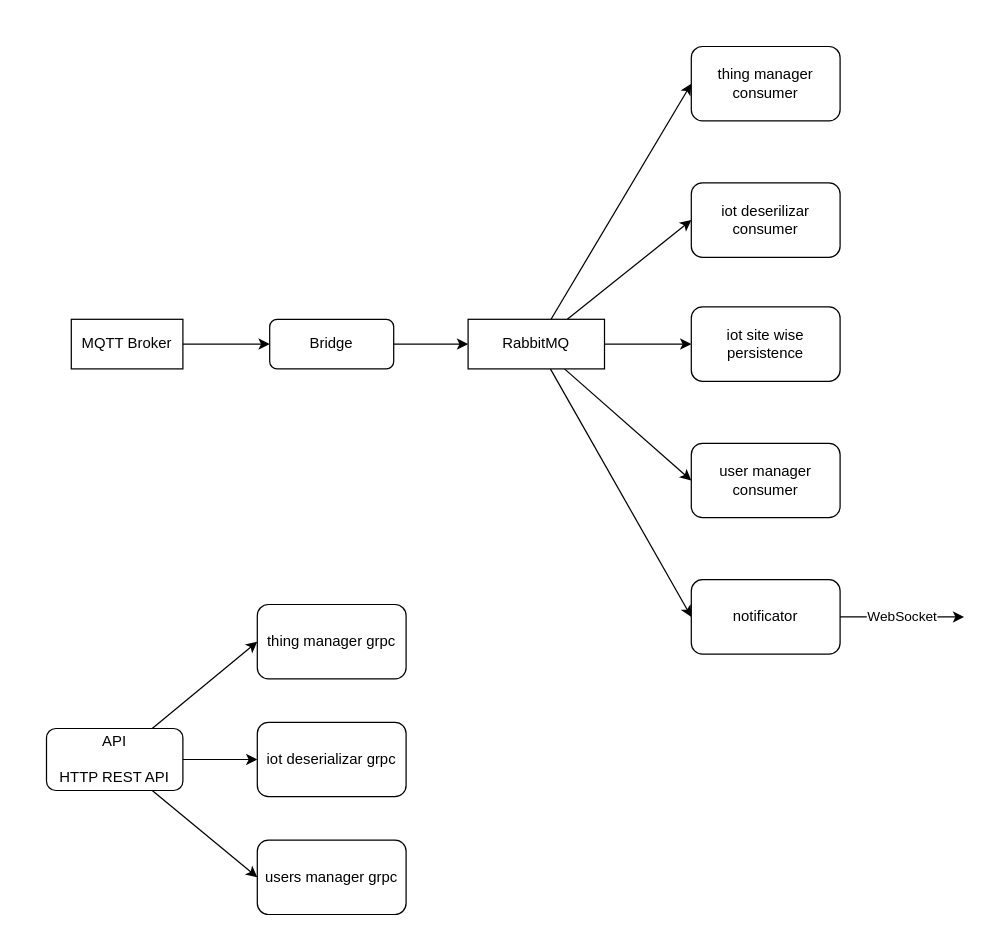
tointernet/things.over.internet keeps this draw.io diagram as .docs/toi.drawio. Above is the earlier version. Source tidied: cells renumbered, new cells numbered last; positions are measured from the earlier drawing's top-left corner, leaving out a move shared by most shapes. Both pictures are drawn from the tidied source at 124%, with x=0, y=0 at pixel (46, 46).
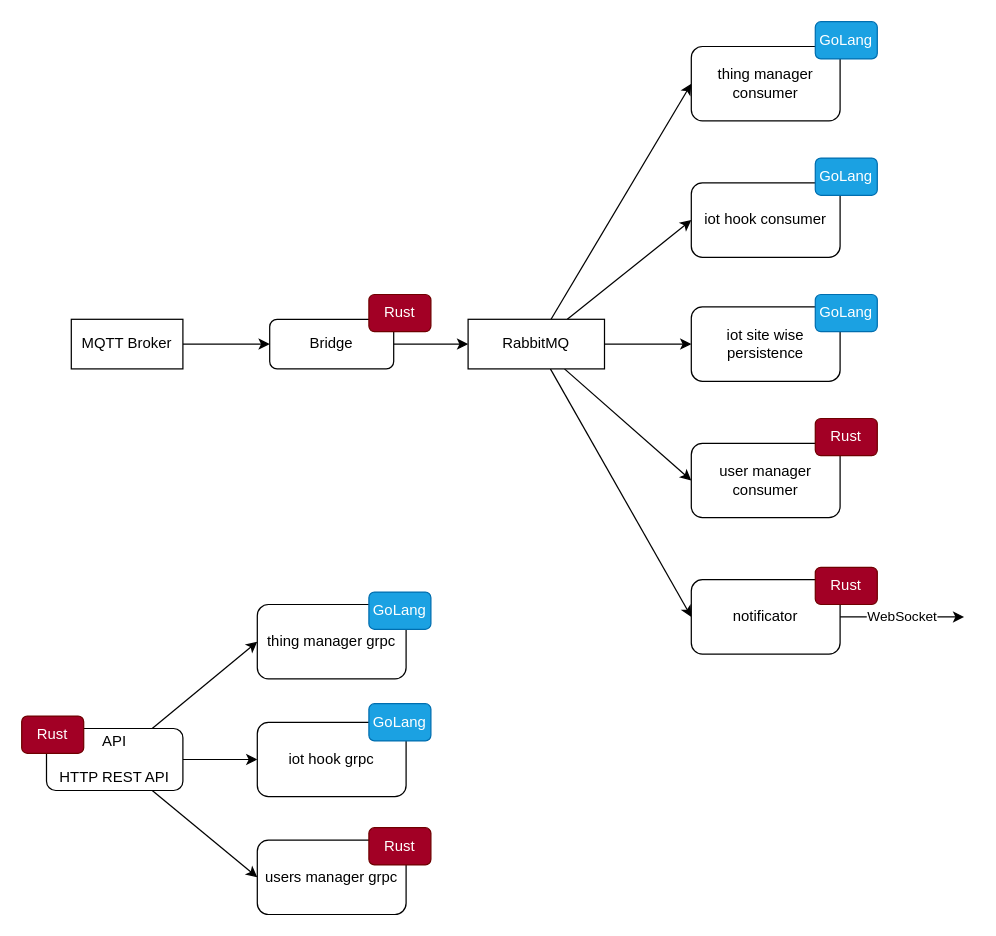
The same diagram, later.

Change to the diagram source:
```diff
@@
-    <mxCell id="17" value="iot deserializar grpc" style="rounded=1;whiteSpace=wrap;html=1;" parent="1" vertex="1">
+    <mxCell id="17" value="iot hook grpc" style="rounded=1;whiteSpace=wrap;html=1;" parent="1" vertex="1">
       <mxGeometry x="170" y="545" width="120" height="60" as="geometry" />
     </mxCell>
@@
-    <mxCell id="20" value="iot deserilizar consumer" style="rounded=1;whiteSpace=wrap;html=1;" parent="1" vertex="1">
+    <mxCell id="20" value="iot hook consumer" style="rounded=1;whiteSpace=wrap;html=1;" parent="1" vertex="1">
       <mxGeometry x="520" y="110" width="120" height="60" as="geometry" />
     </mxCell>
@@
+    <mxCell id="25" value="GoLang" style="rounded=1;whiteSpace=wrap;html=1;fillColor=#1ba1e2;fontColor=#ffffff;strokeColor=#006EAF;" parent="1" vertex="1">
+      <mxGeometry x="260" y="440" width="50" height="30" as="geometry" />
+    </mxCell>
+    <mxCell id="26" value="GoLang" style="rounded=1;whiteSpace=wrap;html=1;fillColor=#1ba1e2;fontColor=#ffffff;strokeColor=#006EAF;" parent="1" vertex="1">
+      <mxGeometry x="260" y="530" width="50" height="30" as="geometry" />
+    </mxCell>
+    <mxCell id="27" value="Rust" style="rounded=1;whiteSpace=wrap;html=1;fillColor=#a20025;fontColor=#ffffff;strokeColor=#6F0000;" parent="1" vertex="1">
+      <mxGeometry x="260" y="630" width="50" height="30" as="geometry" />
+    </mxCell>
+    <mxCell id="28" value="Rust" style="rounded=1;whiteSpace=wrap;html=1;fillColor=#a20025;fontColor=#ffffff;strokeColor=#6F0000;" parent="1" vertex="1">
+      <mxGeometry x="-20" y="540" width="50" height="30" as="geometry" />
+    </mxCell>
+    <mxCell id="29" value="Rust" style="rounded=1;whiteSpace=wrap;html=1;fillColor=#a20025;fontColor=#ffffff;strokeColor=#6F0000;" parent="1" vertex="1">
+      <mxGeometry x="620" y="420" width="50" height="30" as="geometry" />
+    </mxCell>
+    <mxCell id="30" value="Rust" style="rounded=1;whiteSpace=wrap;html=1;fillColor=#a20025;fontColor=#ffffff;strokeColor=#6F0000;" parent="1" vertex="1">
+      <mxGeometry x="620" y="300" width="50" height="30" as="geometry" />
+    </mxCell>
+    <mxCell id="31" value="GoLang" style="rounded=1;whiteSpace=wrap;html=1;fillColor=#1ba1e2;fontColor=#ffffff;strokeColor=#006EAF;" parent="1" vertex="1">
+      <mxGeometry x="620" y="200" width="50" height="30" as="geometry" />
+    </mxCell>
+    <mxCell id="32" value="GoLang" style="rounded=1;whiteSpace=wrap;html=1;fillColor=#1ba1e2;fontColor=#ffffff;strokeColor=#006EAF;" parent="1" vertex="1">
+      <mxGeometry x="620" y="90" width="50" height="30" as="geometry" />
+    </mxCell>
+    <mxCell id="33" value="GoLang" style="rounded=1;whiteSpace=wrap;html=1;fillColor=#1ba1e2;fontColor=#ffffff;strokeColor=#006EAF;" parent="1" vertex="1">
+      <mxGeometry x="620" y="-20" width="50" height="30" as="geometry" />
+    </mxCell>
+    <mxCell id="34" value="Rust" style="rounded=1;whiteSpace=wrap;html=1;fillColor=#a20025;fontColor=#ffffff;strokeColor=#6F0000;" parent="1" vertex="1">
+      <mxGeometry x="260" y="200" width="50" height="30" as="geometry" />
+    </mxCell>
```
